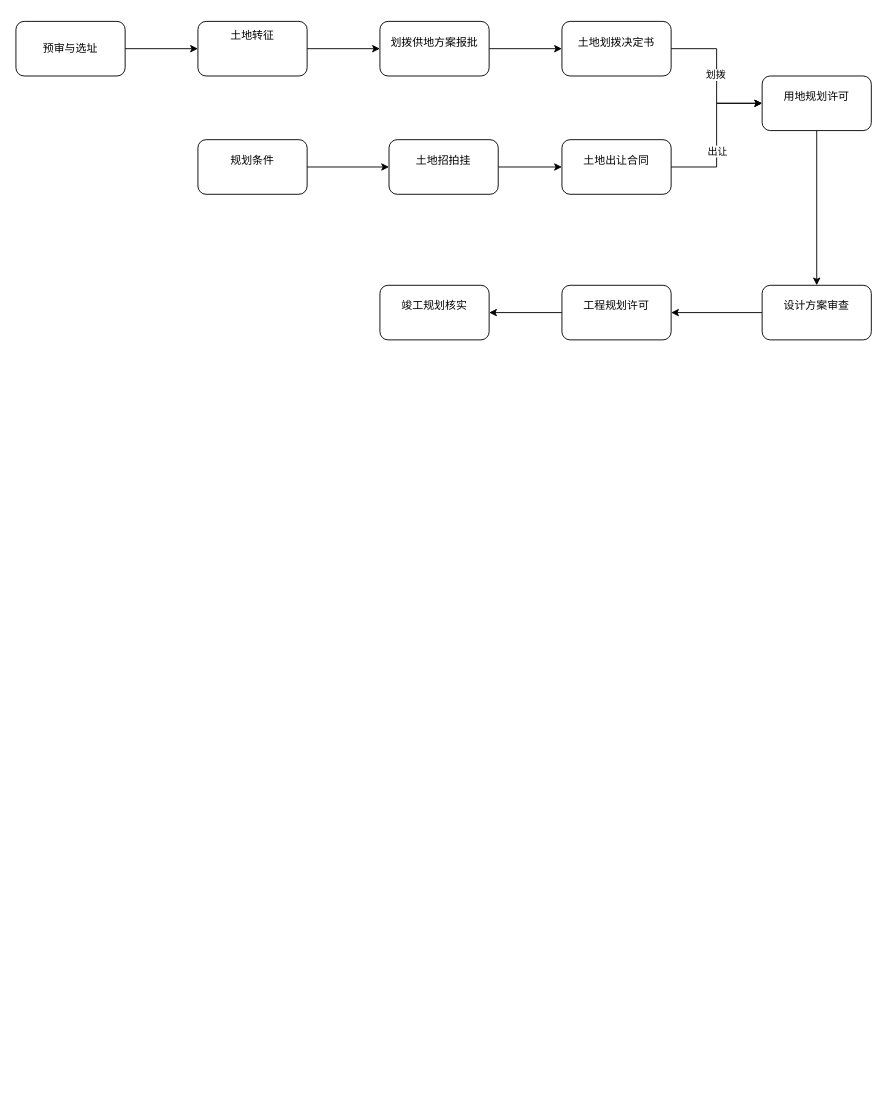
This is 流程.drawio from bom-coder/drawio-store, a draw.io file, before an edit. Source tidied: cells renumbered, new cells numbered last; positions are measured from the earlier drawing's top-left corner, leaving out a move shared by most shapes. Both pictures are drawn from the tidied source at 91%, with x=0, y=0 at pixel (15, 21).
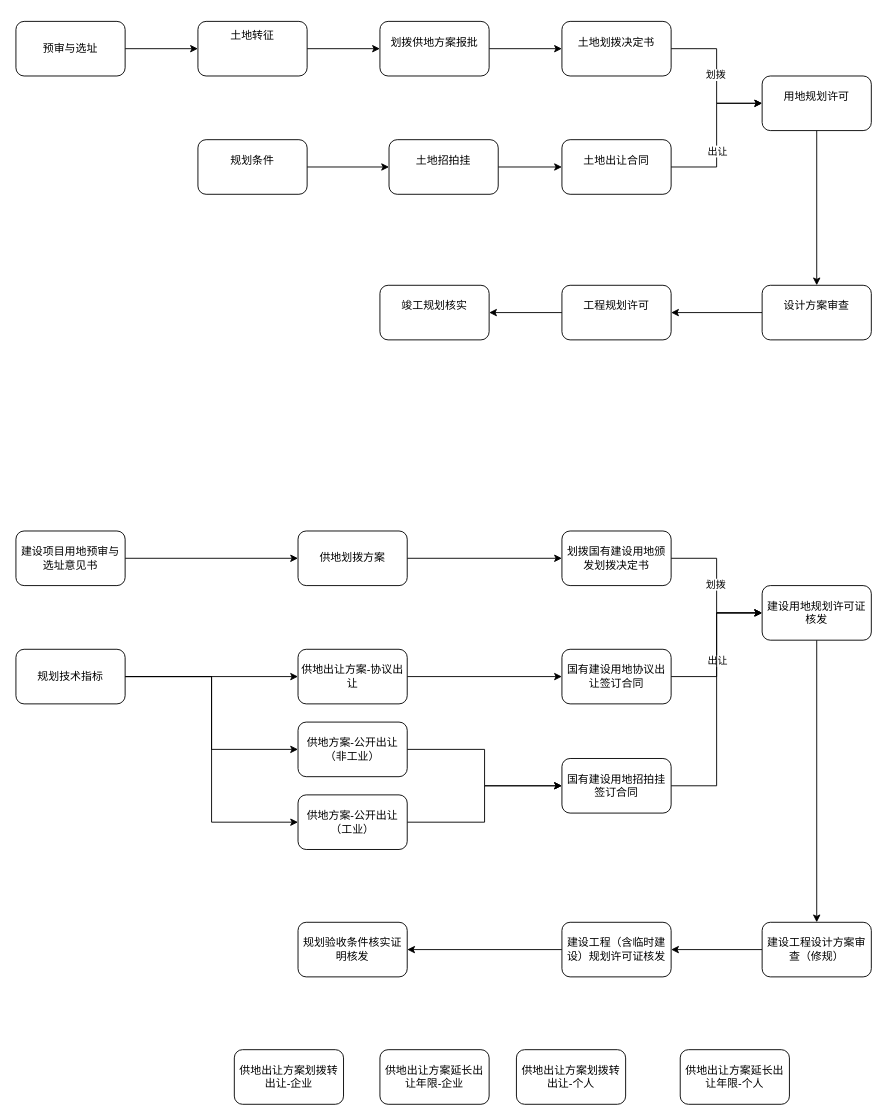
After the change.

The edit, as a diff of the source:
```diff
@@
+    <mxCell id="25" style="edgeStyle=orthogonalEdgeStyle;rounded=0;jettySize=auto;html=1;entryX=0;entryY=0.5;entryDx=0;entryDy=0;" parent="1" edge="1" source="26" target="45">
+      <mxGeometry relative="1" as="geometry" />
+    </mxCell>
+    <mxCell id="26" value="建设项目用地预审与选址意见书" style="rounded=1;whiteSpace=wrap;html=1;" parent="1" vertex="1">
+      <mxGeometry y="560" width="120" height="60" as="geometry" />
+    </mxCell>
+    <mxCell id="27" style="edgeStyle=orthogonalEdgeStyle;rounded=0;jettySize=auto;html=1;" parent="1" edge="1" source="29" target="38">
+      <mxGeometry relative="1" as="geometry" />
+    </mxCell>
+    <mxCell id="28" value="划拨" style="edgeLabel;html=1;align=center;verticalAlign=middle;" parent="27" vertex="1">
+      <mxGeometry x="-0.03" y="-2" relative="1" as="geometry" />
+    </mxCell>
+    <mxCell id="29" value="划拨国有建设用地颁发划拨决定书" style="rounded=1;whiteSpace=wrap;html=1;" parent="1" vertex="1">
+      <mxGeometry x="600" y="560" width="120" height="60" as="geometry" />
+    </mxCell>
+    <mxCell id="30" style="edgeStyle=orthogonalEdgeStyle;rounded=0;jettySize=auto;html=1;" parent="1" edge="1" source="33" target="47">
+      <mxGeometry relative="1" as="geometry" />
+    </mxCell>
+    <mxCell id="31" style="edgeStyle=orthogonalEdgeStyle;rounded=0;jettySize=auto;html=1;entryX=0;entryY=0.5;entryDx=0;entryDy=0;" parent="1" edge="1" source="33" target="49">
+      <mxGeometry relative="1" as="geometry" />
+    </mxCell>
+    <mxCell id="32" style="edgeStyle=orthogonalEdgeStyle;rounded=0;jettySize=auto;html=1;entryX=0;entryY=0.5;entryDx=0;entryDy=0;" parent="1" edge="1" source="33" target="53">
+      <mxGeometry relative="1" as="geometry" />
+    </mxCell>
+    <mxCell id="33" value="规划技术指标" style="rounded=1;whiteSpace=wrap;html=1;" parent="1" vertex="1">
+      <mxGeometry y="690" width="120" height="60" as="geometry" />
+    </mxCell>
+    <mxCell id="34" style="edgeStyle=orthogonalEdgeStyle;rounded=0;jettySize=auto;html=1;entryX=0;entryY=0.5;entryDx=0;entryDy=0;" parent="1" edge="1" source="36" target="38">
+      <mxGeometry relative="1" as="geometry" />
+    </mxCell>
+    <mxCell id="35" value="出让" style="edgeLabel;html=1;align=center;verticalAlign=middle;" parent="34" vertex="1">
+      <mxGeometry x="-0.2" relative="1" as="geometry" />
+    </mxCell>
+    <mxCell id="36" value="国有建设用地协议出让签订合同" style="rounded=1;whiteSpace=wrap;html=1;" parent="1" vertex="1">
+      <mxGeometry x="600" y="690" width="120" height="60" as="geometry" />
+    </mxCell>
+    <mxCell id="37" style="edgeStyle=orthogonalEdgeStyle;rounded=0;jettySize=auto;html=1;" parent="1" edge="1" source="38" target="40">
+      <mxGeometry relative="1" as="geometry" />
+    </mxCell>
+    <mxCell id="38" value="建设用地规划许可证核发" style="rounded=1;whiteSpace=wrap;html=1;" parent="1" vertex="1">
+      <mxGeometry x="820" y="620" width="120" height="60" as="geometry" />
+    </mxCell>
+    <mxCell id="39" style="edgeStyle=orthogonalEdgeStyle;rounded=0;jettySize=auto;html=1;" parent="1" edge="1" source="40" target="42">
+      <mxGeometry relative="1" as="geometry" />
+    </mxCell>
+    <mxCell id="40" value="建设工程设计方案审查（修规）" style="rounded=1;whiteSpace=wrap;html=1;" parent="1" vertex="1">
+      <mxGeometry x="820" y="990" width="120" height="60" as="geometry" />
+    </mxCell>
+    <mxCell id="41" style="edgeStyle=orthogonalEdgeStyle;rounded=0;jettySize=auto;html=1;" parent="1" edge="1" source="42" target="43">
+      <mxGeometry relative="1" as="geometry" />
+    </mxCell>
+    <mxCell id="42" value="建设工程（含临时建设）规划许可证核发" style="rounded=1;whiteSpace=wrap;html=1;" parent="1" vertex="1">
+      <mxGeometry x="600" y="990" width="120" height="60" as="geometry" />
+    </mxCell>
+    <mxCell id="43" value="规划验收条件核实证明核发" style="rounded=1;whiteSpace=wrap;html=1;" parent="1" vertex="1">
+      <mxGeometry x="310" y="990" width="120" height="60" as="geometry" />
+    </mxCell>
+    <mxCell id="44" style="edgeStyle=orthogonalEdgeStyle;rounded=0;jettySize=auto;html=1;entryX=0;entryY=0.5;entryDx=0;entryDy=0;" parent="1" edge="1" source="45" target="29">
+      <mxGeometry relative="1" as="geometry" />
+    </mxCell>
+    <mxCell id="45" value="供地划拨方案" style="rounded=1;whiteSpace=wrap;html=1;" parent="1" vertex="1">
+      <mxGeometry x="310" y="560" width="120" height="60" as="geometry" />
+    </mxCell>
+    <mxCell id="46" style="edgeStyle=orthogonalEdgeStyle;rounded=0;jettySize=auto;html=1;entryX=0;entryY=0.5;entryDx=0;entryDy=0;" parent="1" edge="1" source="47" target="36">
+      <mxGeometry relative="1" as="geometry" />
+    </mxCell>
+    <mxCell id="47" value="供地出让方案-协议出让" style="rounded=1;whiteSpace=wrap;html=1;" parent="1" vertex="1">
+      <mxGeometry x="310" y="690" width="120" height="60" as="geometry" />
+    </mxCell>
+    <mxCell id="48" style="edgeStyle=orthogonalEdgeStyle;rounded=0;jettySize=auto;html=1;entryX=0;entryY=0.5;entryDx=0;entryDy=0;" parent="1" edge="1" source="49" target="51">
+      <mxGeometry relative="1" as="geometry" />
+    </mxCell>
+    <mxCell id="49" value="供地方案-公开出让（非工业）" style="rounded=1;whiteSpace=wrap;html=1;" parent="1" vertex="1">
+      <mxGeometry x="310" y="770" width="120" height="60" as="geometry" />
+    </mxCell>
+    <mxCell id="50" style="edgeStyle=orthogonalEdgeStyle;rounded=0;jettySize=auto;html=1;entryX=0;entryY=0.5;entryDx=0;entryDy=0;" parent="1" edge="1" source="51" target="38">
+      <mxGeometry relative="1" as="geometry" />
+    </mxCell>
+    <mxCell id="51" value="国有建设用地招拍挂签订合同" style="rounded=1;whiteSpace=wrap;html=1;" parent="1" vertex="1">
+      <mxGeometry x="600" y="810" width="120" height="60" as="geometry" />
+    </mxCell>
+    <mxCell id="52" style="edgeStyle=orthogonalEdgeStyle;rounded=0;jettySize=auto;html=1;entryX=0;entryY=0.5;entryDx=0;entryDy=0;" parent="1" edge="1" source="53" target="51">
+      <mxGeometry relative="1" as="geometry" />
+    </mxCell>
+    <mxCell id="53" value="供地方案-公开出让（工业）" style="rounded=1;whiteSpace=wrap;html=1;" parent="1" vertex="1">
+      <mxGeometry x="310" y="850" width="120" height="60" as="geometry" />
+    </mxCell>
+    <mxCell id="54" value="供地出让方案划拨转出让-企业" style="rounded=1;whiteSpace=wrap;html=1;" parent="1" vertex="1">
+      <mxGeometry x="240" y="1130" width="120" height="60" as="geometry" />
+    </mxCell>
+    <mxCell id="55" value="供地出让方案延长出让年限-企业" style="rounded=1;whiteSpace=wrap;html=1;" parent="1" vertex="1">
+      <mxGeometry x="400" y="1130" width="120" height="60" as="geometry" />
+    </mxCell>
+    <mxCell id="56" value="供地出让方案划拨转出让-个人" style="rounded=1;whiteSpace=wrap;html=1;" parent="1" vertex="1">
+      <mxGeometry x="550" y="1130" width="120" height="60" as="geometry" />
+    </mxCell>
+    <mxCell id="57" value="供地出让方案延长出让年限-个人" style="rounded=1;whiteSpace=wrap;html=1;" parent="1" vertex="1">
+      <mxGeometry x="730" y="1130" width="120" height="60" as="geometry" />
+    </mxCell>
```
